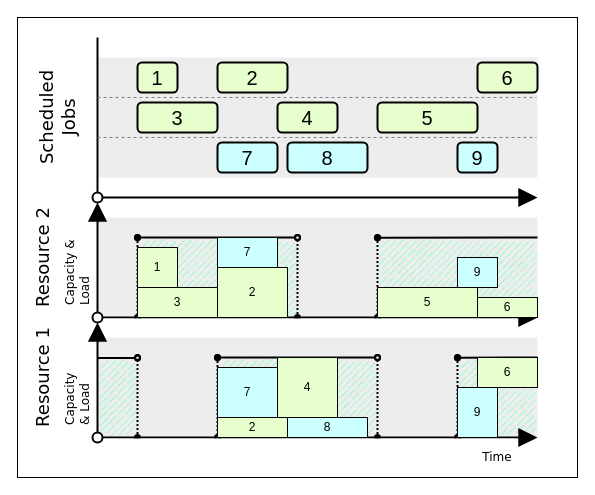
Krtiiik/Bottleneck-identification-for-constraint-relaxation-in-resource-constrained-project-scheduling keeps this draw.io diagram as page "Schedule" (1 of 3) of img/source/Schedule.drawio. Above is the earlier version. Source tidied: cells renumbered, new cells numbered last; positions are measured from the earlier drawing's top-left corner, leaving out a move shared by most shapes. Both pictures are drawn from the tidied source at 100%, with x=0, y=0 at pixel (17, 17).
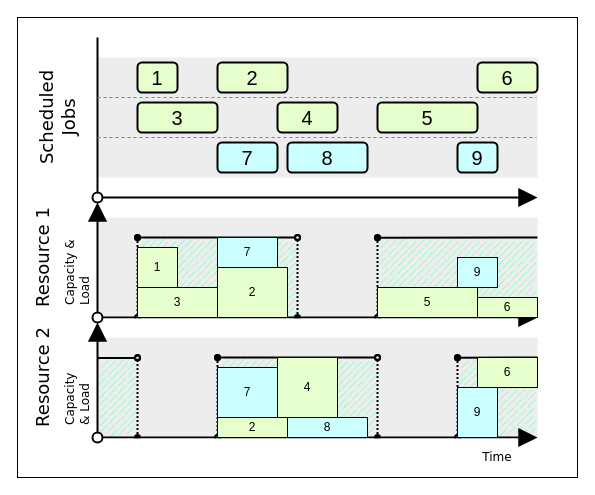
Above is the later version.

Commit message (it also covers changes not shown here):
Fix schedule diagram resource numbers

The change refers to these unchanged cells:
```xml
<mxCell id="39" style="group;" parent="1" vertex="1">
  <mxGeometry x="10" y="40" width="490" height="410" as="geometry" />
</mxCell>
```

What changed in the source:
```diff
@@
-    <mxCell id="42" value="Resource 1" style="text;html=1;strokeColor=none;fillColor=none;align=center;verticalAlign=middle;whiteSpace=wrap;rounded=0;glass=0;sketch=0;fillStyle=auto;sketchStyle=rough;fontFamily=Verdana;fontSize=18;horizontal=0;" parent="39" vertex="1">
+    <mxCell id="42" value="Resource 2" style="text;html=1;strokeColor=none;fillColor=none;align=center;verticalAlign=middle;whiteSpace=wrap;rounded=0;glass=0;sketch=0;fillStyle=auto;sketchStyle=rough;fontFamily=Verdana;fontSize=18;horizontal=0;" parent="39" vertex="1">
       <mxGeometry y="260" width="30" height="120" as="geometry" />
     </mxCell>
-    <mxCell id="43" value="Resource 2" style="text;html=1;strokeColor=none;fillColor=none;align=center;verticalAlign=middle;whiteSpace=wrap;rounded=0;glass=0;sketch=0;fillStyle=auto;sketchStyle=rough;fontFamily=Verdana;fontSize=18;horizontal=0;" parent="39" vertex="1">
+    <mxCell id="43" value="Resource 1" style="text;html=1;strokeColor=none;fillColor=none;align=center;verticalAlign=middle;whiteSpace=wrap;rounded=0;glass=0;sketch=0;fillStyle=auto;sketchStyle=rough;fontFamily=Verdana;fontSize=18;horizontal=0;" parent="39" vertex="1">
       <mxGeometry y="140" width="30" height="120" as="geometry" />
     </mxCell>
```
